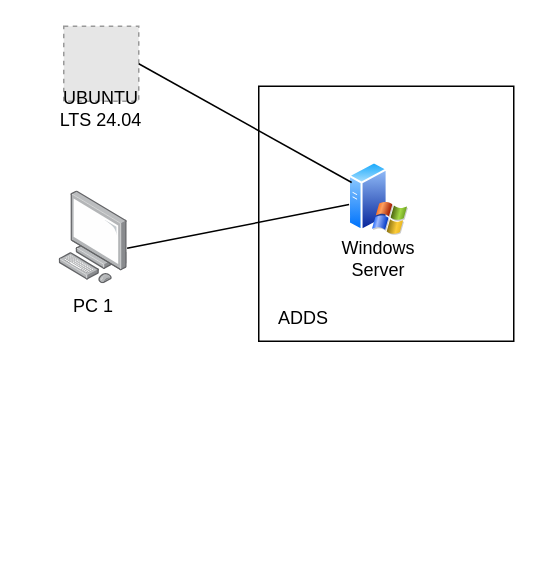
This is topology.drawio from korompayb/vizsgaremek2026, a draw.io file, before an edit. Source tidied: cells renumbered, new cells numbered last; positions are measured from the earlier drawing's top-left corner, leaving out a move shared by most shapes. Both pictures are drawn from the tidied source at 150%, with x=0, y=0 at pixel (48, 26). Pictures stored in the file or linked from it are replaced by grey dashed boxes.
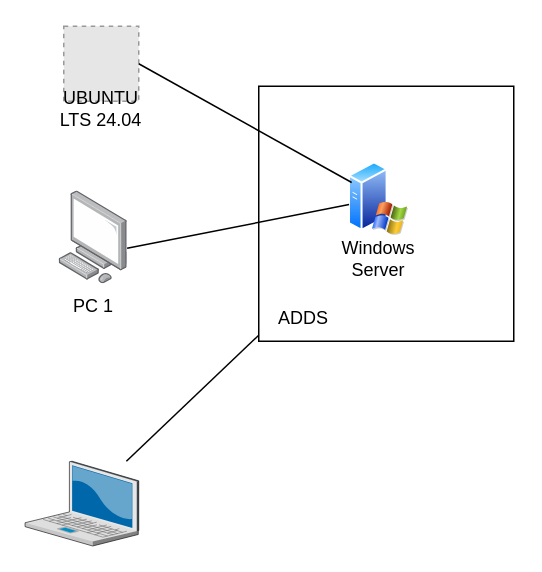
After the change.

What changed in the source:
```diff
@@
 <mxGraphModel>
   <root>
     <mxCell id="0" />
     <mxCell id="1" parent="0" />
     <mxCell id="2" style="group;" parent="1" vertex="1">
       <mxGeometry y="110" width="60" height="92" as="geometry" />
     </mxCell>
     <mxCell id="3" style="image;points=[];html=1;align=center;shadow=0;dashed=0;image=img/lib/allied_telesis/computer_and_terminals/Personal_Computer.svg;" parent="2" vertex="1">
       <mxGeometry x="7" width="45.6" height="61.8" as="geometry" />
     </mxCell>
     <mxCell id="4" value="PC 1" style="text;html=1;whiteSpace=wrap;strokeColor=none;fillColor=none;align=center;verticalAlign=middle;rounded=0;" parent="2" vertex="1">
       <mxGeometry y="62" width="60" height="30" as="geometry" />
     </mxCell>
     <mxCell id="5" style="group;" parent="1" vertex="1">
       <mxGeometry x="190" y="90" width="120" height="120" as="geometry" />
     </mxCell>
     <mxCell id="6" style="image;perimeter=ellipsePerimeter;html=1;align=center;shadow=0;dashed=0;spacingTop=3;image=img/lib/active_directory/windows_server_2.svg;" parent="5" vertex="1">
       <mxGeometry x="10" width="40" height="50" as="geometry" />
     </mxCell>
     <mxCell id="7" value="Windows Server" style="text;html=1;whiteSpace=wrap;strokeColor=none;fillColor=none;align=center;verticalAlign=middle;rounded=0;" parent="5" vertex="1">
       <mxGeometry y="50" width="60" height="30" as="geometry" />
     </mxCell>
     <mxCell id="8" style="whiteSpace=wrap;html=1;fillColor=none;" parent="5" vertex="1">
       <mxGeometry x="-50" y="-50" width="170" height="170" as="geometry" />
     </mxCell>
     <mxCell id="9" value="ADDS" style="text;html=1;whiteSpace=wrap;strokeColor=none;fillColor=none;align=center;verticalAlign=middle;rounded=0;" parent="5" vertex="1">
       <mxGeometry x="-50" y="90" width="60" height="30" as="geometry" />
     </mxCell>
     <mxCell id="10" style="endArrow=none;html=1;rounded=0;entryX=0.992;entryY=0.615;entryDx=0;entryDy=0;entryPerimeter=0;" parent="1" edge="1" source="6" target="3">
       <mxGeometry relative="1" as="geometry" />
     </mxCell>
     <mxCell id="11" style="fillColor=#E6E6E6;strokeColor=#999999;dashed=1;html=1;verticalAlign=top;verticalLabelPosition=bottom;labelBackgroundColor=#ffffff;" parent="1" vertex="1">
       <mxGeometry x="10" width="50" height="50" as="geometry" />
     </mxCell>
     <mxCell id="12" style="endArrow=none;html=1;rounded=0;entryX=0;entryY=0.25;entryDx=0;entryDy=0;exitX=1;exitY=0.5;exitDx=0;exitDy=0;" parent="1" edge="1" source="11" target="6">
       <mxGeometry relative="1" as="geometry" />
     </mxCell>
     <mxCell id="13" value="UBUNTU LTS 24.04" style="text;html=1;whiteSpace=wrap;strokeColor=none;fillColor=none;align=center;verticalAlign=middle;rounded=0;" parent="1" vertex="1">
       <mxGeometry x="5" y="40" width="60" height="30" as="geometry" />
     </mxCell>
+    <mxCell id="14" style="verticalLabelPosition=bottom;sketch=0;html=1;verticalAlign=top;strokeColor=none;align=center;outlineConnect=0;shape=mxgraph.citrix.laptop_2;" parent="1" vertex="1">
+      <mxGeometry x="-15.8" y="290" width="75.8" height="56.5" as="geometry" />
+    </mxCell>
+    <mxCell id="15" style="endArrow=none;html=1;rounded=0;" parent="1" edge="1" source="14" target="8">
+      <mxGeometry relative="1" as="geometry" />
+    </mxCell>
   </root>
 </mxGraphModel>
```
